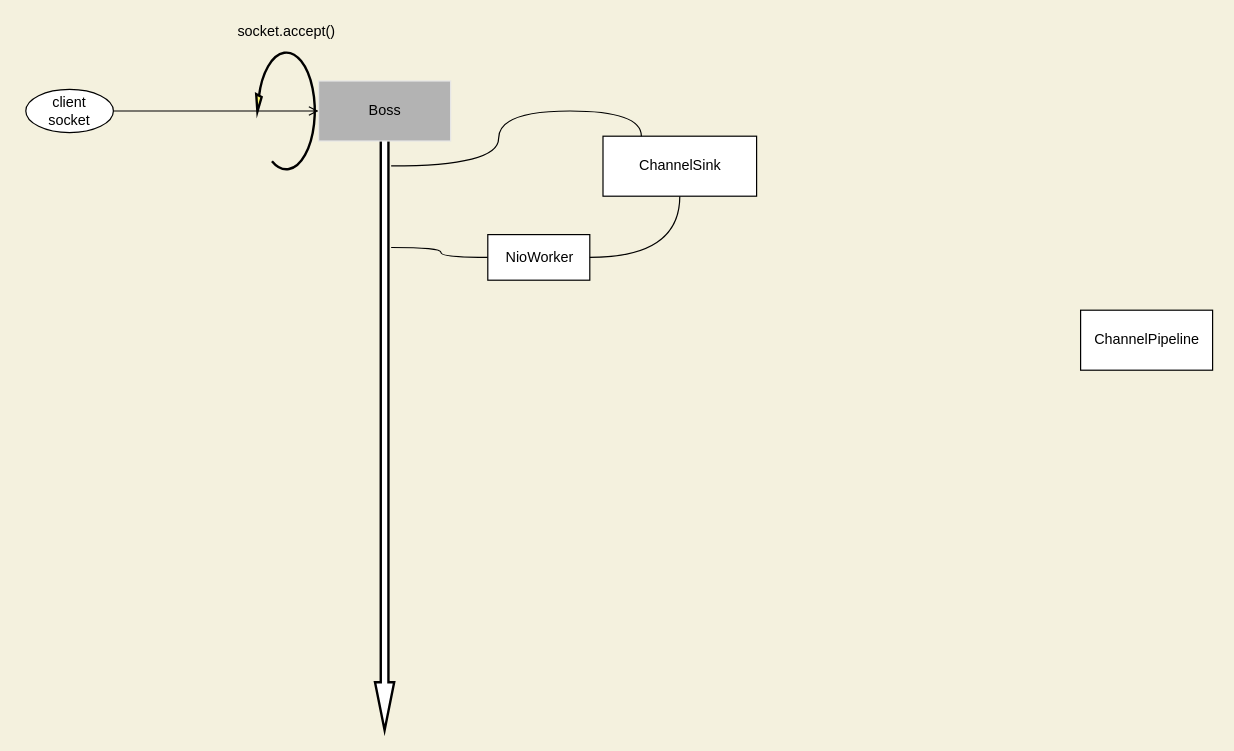
Above: acceptingClientSocket.drawio in 11800222/MeleyForDiagramsStorage (draw.io), before the change. Source tidied: cells renumbered, new cells numbered last; positions are measured from the earlier drawing's top-left corner, leaving out a move shared by most shapes. Both pictures are drawn from the tidied source at 120%, with x=0, y=0 at pixel (25, 20).
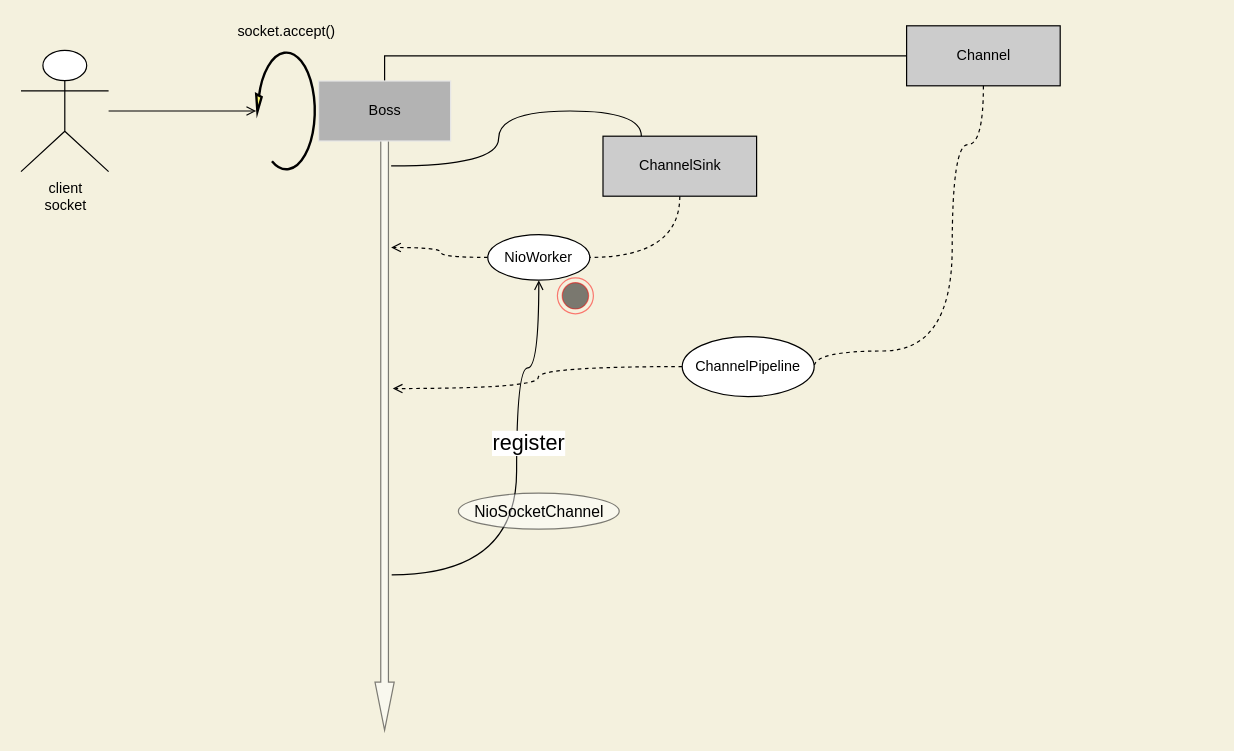
Above is the later version.

The change refers to these unchanged cells:
```xml
<mxCell id="4" value="Boss" style="html=1;fillColor=#B3B3B3;strokeColor=#E6E6E6;" parent="1" vertex="1">
  <mxGeometry x="244" y="50" width="110" height="50" as="geometry" />
</mxCell>
<mxCell id="9" style="verticalLabelPosition=bottom;html=1;verticalAlign=top;strokeWidth=2;shape=mxgraph.lean_mapping.physical_pull;fillColor=#FFFA75;rotation=-180;" parent="1" vertex="1">
  <mxGeometry x="192" y="26" width="49" height="98" as="geometry" />
</mxCell>
```

Change to the diagram source:
```diff
@@
+    <mxCell id="14" style="rounded=0;jettySize=auto;html=1;startArrow=open;startFill=0;endArrow=none;endFill=0;strokeWidth=1;entryX=0.739;entryY=0.131;entryDx=0;entryDy=0;entryPerimeter=0;edgeStyle=orthogonalEdgeStyle;curved=1;" parent="1" edge="1" source="7" target="2">
+      <mxGeometry relative="1" as="geometry">
+        <Array as="points">
+          <mxPoint x="428" y="289" />
+          <mxPoint x="409" y="289" />
+          <mxPoint x="409" y="462" />
+        </Array>
+      </mxGeometry>
+    </mxCell>
+    <mxCell id="15" value="register" style="edgeLabel;html=1;align=center;verticalAlign=middle;fontSize=18;" parent="14" vertex="1">
+      <mxGeometry x="-0.06" y="-25" relative="1" as="geometry">
+        <mxPoint x="34" y="-19" as="offset" />
+      </mxGeometry>
+    </mxCell>
-    <mxCell id="2" style="verticalLabelPosition=bottom;verticalAlign=top;html=1;strokeWidth=2;shape=mxgraph.arrows2.arrow;dy=0.6;dx=40;notch=0;rotation=90;" parent="1" vertex="1">
+    <mxCell id="2" style="verticalLabelPosition=bottom;verticalAlign=top;html=1;strokeWidth=1;shape=mxgraph.arrows2.arrow;dy=0.6;dx=40;notch=0;rotation=90;opacity=50;" parent="1" vertex="1">
       <mxGeometry x="51" y="335" width="496" height="16" as="geometry" />
     </mxCell>
-    <mxCell id="3" style="edgeStyle=orthogonalEdgeStyle;rounded=0;jettySize=auto;html=1;exitX=0;exitY=0.5;exitDx=0;exitDy=0;startArrow=open;startFill=0;endArrow=none;endFill=0;entryX=1;entryY=0.5;entryDx=0;entryDy=0;" parent="1" edge="1" source="4" target="8">
+    <mxCell id="3" style="edgeStyle=orthogonalEdgeStyle;rounded=0;jettySize=auto;html=1;startArrow=open;startFill=0;endArrow=none;endFill=0;entryX=1;entryY=0.5;entryDx=0;entryDy=0;exitX=0.98;exitY=0.5;exitDx=0;exitDy=0;" parent="1" edge="1" source="9" target="8">
       <mxGeometry relative="1" as="geometry" />
     </mxCell>
+    <mxCell id="16" style="edgeStyle=orthogonalEdgeStyle;rounded=0;jettySize=auto;html=1;entryX=0;entryY=0.5;entryDx=0;entryDy=0;exitX=0.5;exitY=0;exitDx=0;exitDy=0;endArrow=none;endFill=0;strokeWidth=1;" parent="1" edge="1" source="4" target="18">
+      <mxGeometry relative="1" as="geometry" />
+    </mxCell>
@@
-    <mxCell id="5" value="ChannelPipeline" style="html=1;" parent="1" vertex="1">
-      <mxGeometry x="879" y="241" width="110" height="50" as="geometry" />
-    </mxCell>
-    <mxCell id="6" style="edgeStyle=orthogonalEdgeStyle;rounded=0;jettySize=auto;html=1;entryX=0.189;entryY=0.159;entryDx=0;entryDy=0;entryPerimeter=0;curved=1;endArrow=none;endFill=0;" parent="1" edge="1" source="7" target="2">
+    <mxCell id="6" style="edgeStyle=orthogonalEdgeStyle;rounded=0;jettySize=auto;html=1;entryX=0.189;entryY=0.159;entryDx=0;entryDy=0;entryPerimeter=0;curved=1;endArrow=open;endFill=0;dashed=1;" parent="1" edge="1" source="7" target="2">
       <mxGeometry relative="1" as="geometry" />
     </mxCell>
-    <mxCell id="7" value="NioWorker" style="html=1;" parent="1" vertex="1">
+    <mxCell id="7" value="NioWorker" style="ellipse;whiteSpace=wrap;html=1;fontFamily=Helvetica;fontSize=12;fontColor=default;align=center;strokeColor=default;fillColor=default;" parent="1" vertex="1">
       <mxGeometry x="385" y="178" width="85" height="38" as="geometry" />
     </mxCell>
-    <mxCell id="8" value="client&lt;br&gt;socket" style="ellipse;whiteSpace=wrap;html=1;" parent="1" vertex="1">
-      <mxGeometry y="57" width="73" height="36" as="geometry" />
+    <mxCell id="8" value="client&lt;br&gt;socket" style="shape=umlActor;verticalLabelPosition=bottom;verticalAlign=top;html=1;fontFamily=Helvetica;fontSize=12;fontColor=default;align=center;strokeColor=default;fillColor=default;" parent="1" vertex="1">
+      <mxGeometry x="-4" y="24.5" width="73" height="101" as="geometry" />
     </mxCell>
@@
-    <mxCell id="11" style="edgeStyle=orthogonalEdgeStyle;rounded=0;jettySize=auto;html=1;exitX=0.5;exitY=1;exitDx=0;exitDy=0;curved=1;endArrow=none;endFill=0;entryX=1;entryY=0.5;entryDx=0;entryDy=0;startArrow=none;" parent="1" edge="1" source="12" target="7">
+    <mxCell id="11" style="edgeStyle=orthogonalEdgeStyle;rounded=0;jettySize=auto;html=1;exitX=0.5;exitY=1;exitDx=0;exitDy=0;curved=1;endArrow=none;endFill=0;entryX=1;entryY=0.5;entryDx=0;entryDy=0;startArrow=none;dashed=1;" parent="1" edge="1" source="12" target="7">
       <mxGeometry relative="1" as="geometry" />
     </mxCell>
-    <mxCell id="12" value="ChannelSink" style="html=1;" parent="1" vertex="1">
+    <mxCell id="12" value="ChannelSink" style="html=1;fillColor=#CCCCCC;" parent="1" vertex="1">
       <mxGeometry x="481" y="96" width="128" height="50" as="geometry" />
     </mxCell>
@@
+    <mxCell id="17" style="edgeStyle=orthogonalEdgeStyle;rounded=0;jettySize=auto;html=1;entryX=0.426;entryY=0.074;entryDx=0;entryDy=0;entryPerimeter=0;startArrow=none;startFill=0;endArrow=open;endFill=0;curved=1;dashed=1;" parent="1" edge="1" source="5" target="2">
+      <mxGeometry relative="1" as="geometry" />
+    </mxCell>
+    <mxCell id="18" value="Channel" style="html=1;fillColor=#CCCCCC;" parent="1" vertex="1">
+      <mxGeometry x="734" y="4" width="128" height="50" as="geometry" />
+    </mxCell>
+    <mxCell id="5" value="ChannelPipeline" style="ellipse;whiteSpace=wrap;html=1;fontFamily=Helvetica;fontSize=12;fontColor=default;align=center;strokeColor=default;fillColor=default;" parent="1" vertex="1">
+      <mxGeometry x="547" y="263" width="110" height="50" as="geometry" />
+    </mxCell>
+    <mxCell id="19" style="edgeStyle=orthogonalEdgeStyle;rounded=0;jettySize=auto;html=1;entryX=1;entryY=0.5;entryDx=0;entryDy=0;startArrow=none;startFill=0;endArrow=none;endFill=0;curved=1;exitX=0.5;exitY=1;exitDx=0;exitDy=0;dashed=1;" parent="1" edge="1" source="18" target="5">
+      <mxGeometry relative="1" as="geometry">
+        <Array as="points">
+          <mxPoint x="798" y="103" />
+          <mxPoint x="772" y="103" />
+          <mxPoint x="772" y="275" />
+          <mxPoint x="657" y="275" />
+        </Array>
+      </mxGeometry>
+    </mxCell>
+    <mxCell id="20" value="NioSocketChannel" style="ellipse;whiteSpace=wrap;html=1;fontSize=13;strokeWidth=1;fillColor=#FFFFFF;opacity=50;" parent="1" vertex="1">
+      <mxGeometry x="360.5" y="393.5" width="134" height="30" as="geometry" />
+    </mxCell>
+    <mxCell id="21" style="ellipse;html=1;shape=endState;fillColor=#000000;strokeColor=#ff0000;fontSize=13;opacity=50;" parent="1" vertex="1">
+      <mxGeometry x="443" y="214" width="30" height="30" as="geometry" />
+    </mxCell>
```
